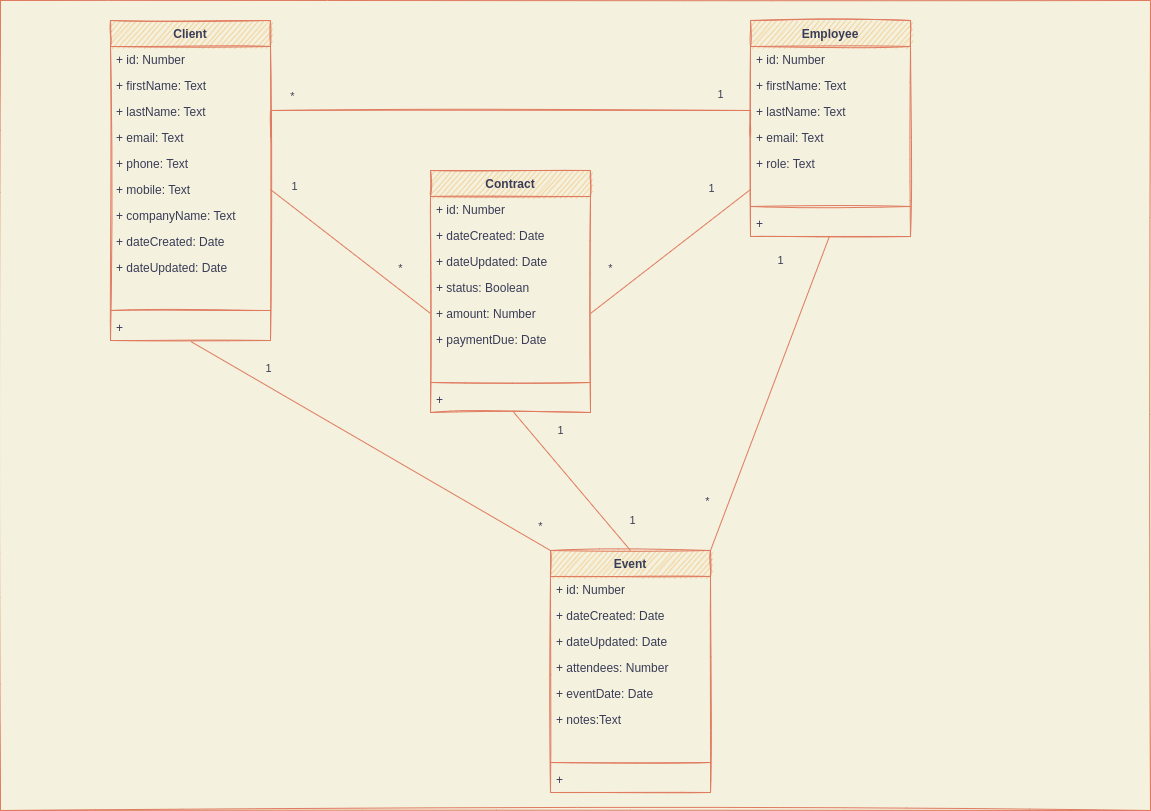
The draw.io diagram Conceptual_Data_Model.drawio.png in josayko-courses/epic_events_CRM, before a commit. Source tidied: cells renumbered, new cells last; positions are measured from the earlier drawing's top-left corner, leaving out a move shared by most shapes.
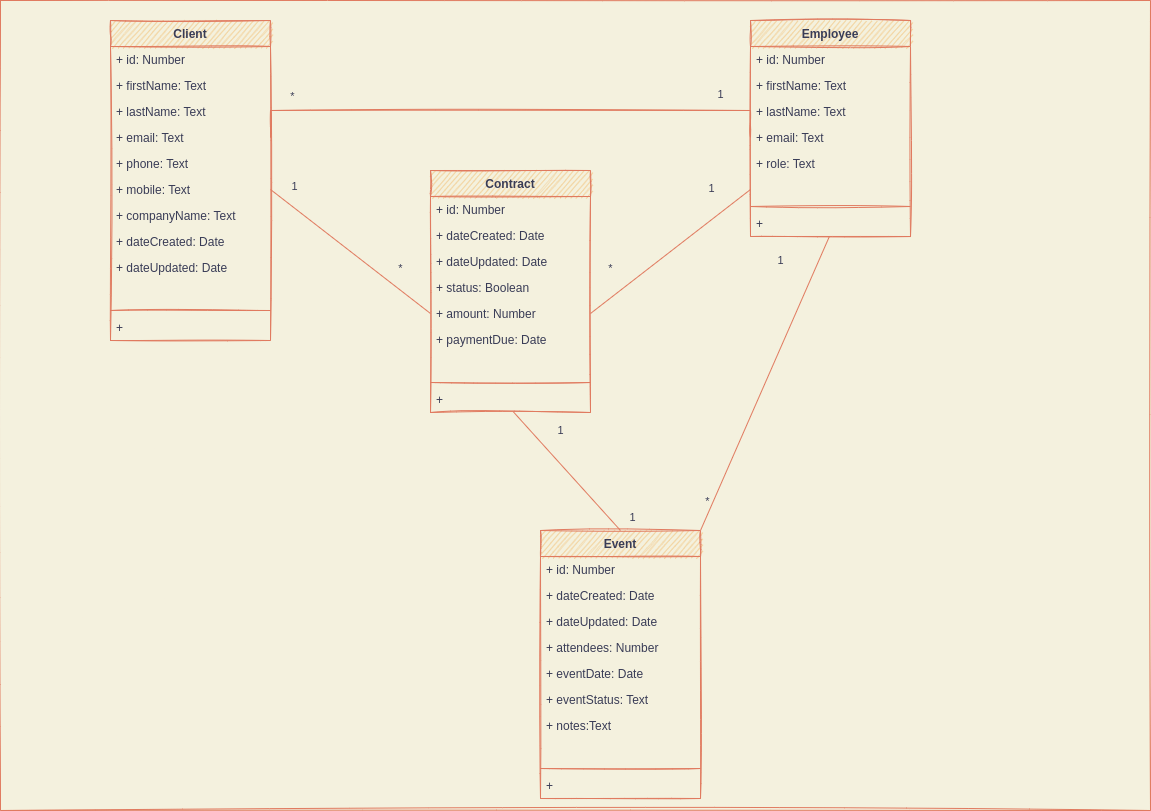
Above is the later version.

The edit, as a diff of the source:
```diff
@@ -117,7 +117,7 @@
       <mxGeometry y="216" width="160" height="26" as="geometry" />
     </mxCell>
     <mxCell id="39" value="Event" style="swimlane;fontStyle=1;align=center;verticalAlign=top;horizontal=1;startSize=26;sketch=1;fillColor=#F2CC8F;strokeColor=#E07A5F;fontColor=#393C56;" parent="3" vertex="1">
-      <mxGeometry x="550" y="550" width="160" height="242" as="geometry" />
+      <mxGeometry x="540" y="530" width="160" height="268" as="geometry" />
     </mxCell>
     <mxCell id="40" value="+ id: Number" style="text;strokeColor=none;fillColor=none;align=left;verticalAlign=top;spacingLeft=4;spacingRight=4;overflow=hidden;sketch=1;fontColor=#393C56;" parent="39" vertex="1">
       <mxGeometry y="26" width="160" height="26" as="geometry" />
@@ -134,21 +134,21 @@
     <mxCell id="44" value="+ eventDate: Date" style="text;strokeColor=none;fillColor=none;align=left;verticalAlign=top;spacingLeft=4;spacingRight=4;overflow=hidden;sketch=1;fontColor=#393C56;" parent="39" vertex="1">
       <mxGeometry y="130" width="160" height="26" as="geometry" />
     </mxCell>
+    <mxCell id="64" value="+ eventStatus: Text" style="text;strokeColor=none;fillColor=none;align=left;verticalAlign=top;spacingLeft=4;spacingRight=4;overflow=hidden;sketch=1;fontColor=#393C56;" parent="39" vertex="1">
+      <mxGeometry y="156" width="160" height="26" as="geometry" />
+    </mxCell>
     <mxCell id="45" value="+ notes:Text" style="text;strokeColor=none;fillColor=none;align=left;verticalAlign=top;spacingLeft=4;spacingRight=4;overflow=hidden;sketch=1;fontColor=#393C56;" parent="39" vertex="1">
-      <mxGeometry y="156" width="160" height="26" as="geometry" />
+      <mxGeometry y="182" width="160" height="26" as="geometry" />
     </mxCell>
     <mxCell id="46" style="text;strokeColor=none;fillColor=none;align=left;verticalAlign=top;spacingLeft=4;spacingRight=4;overflow=hidden;sketch=1;fontColor=#393C56;" parent="39" vertex="1">
-      <mxGeometry y="182" width="160" height="26" as="geometry" />
+      <mxGeometry y="208" width="160" height="26" as="geometry" />
     </mxCell>
     <mxCell id="47" style="line;strokeWidth=1;fillColor=none;align=left;verticalAlign=middle;spacingTop=-1;spacingLeft=3;spacingRight=3;labelPosition=right;sketch=1;labelBackgroundColor=#F4F1DE;strokeColor=#E07A5F;fontColor=#393C56;" parent="39" vertex="1">
-      <mxGeometry y="208" width="160" height="8" as="geometry" />
+      <mxGeometry y="234" width="160" height="8" as="geometry" />
     </mxCell>
     <mxCell id="48" value="+ " style="text;strokeColor=none;fillColor=none;align=left;verticalAlign=top;spacingLeft=4;spacingRight=4;overflow=hidden;sketch=1;fontColor=#393C56;" parent="39" vertex="1">
-      <mxGeometry y="216" width="160" height="26" as="geometry" />
+      <mxGeometry y="242" width="160" height="26" as="geometry" />
     </mxCell>
-    <mxCell id="49" style="endArrow=none;html=1;rounded=0;entryX=0.504;entryY=1.046;entryDx=0;entryDy=0;entryPerimeter=0;labelBackgroundColor=#F4F1DE;strokeColor=#E07A5F;fontColor=#393C56;exitX=0;exitY=0;exitDx=0;exitDy=0;" parent="3" edge="1" source="39" target="16">
-      <mxGeometry relative="1" as="geometry" />
-    </mxCell>
     <mxCell id="50" style="endArrow=none;html=1;rounded=1;sketch=0;fontColor=#393C56;strokeColor=#E07A5F;fillColor=#F2CC8F;curved=0;exitX=1;exitY=0;exitDx=0;exitDy=0;entryX=0.493;entryY=1;entryDx=0;entryDy=0;entryPerimeter=0;" parent="3" edge="1" source="39" target="25">
       <mxGeometry relative="1" as="geometry" />
     </mxCell>
@@ -167,17 +167,11 @@
     <mxCell id="55" value="*" style="text;html=1;align=center;verticalAlign=middle;strokeColor=none;fillColor=none;fontSize=11;fontFamily=Helvetica;fontColor=#393C56;sketch=1;" parent="3" vertex="1">
       <mxGeometry x="390" y="258" width="20" height="20" as="geometry" />
     </mxCell>
-    <mxCell id="56" value="1" style="text;html=1;align=center;verticalAlign=middle;strokeColor=none;fillColor=none;fontSize=11;fontFamily=Helvetica;fontColor=#393C56;sketch=1;" parent="3" vertex="1">
-      <mxGeometry x="258" y="358" width="20" height="20" as="geometry" />
-    </mxCell>
-    <mxCell id="57" value="*" style="text;html=1;align=center;verticalAlign=middle;strokeColor=none;fillColor=none;fontSize=11;fontFamily=Helvetica;fontColor=#393C56;sketch=1;" parent="3" vertex="1">
-      <mxGeometry x="530" y="516" width="20" height="20" as="geometry" />
-    </mxCell>
     <mxCell id="58" value="1" style="text;html=1;align=center;verticalAlign=middle;strokeColor=none;fillColor=none;fontSize=11;fontFamily=Helvetica;fontColor=#393C56;sketch=1;" parent="3" vertex="1">
       <mxGeometry x="550" y="420" width="20" height="20" as="geometry" />
     </mxCell>
     <mxCell id="59" value="1" style="text;html=1;align=center;verticalAlign=middle;strokeColor=none;fillColor=none;fontSize=11;fontFamily=Helvetica;fontColor=#393C56;sketch=1;" parent="3" vertex="1">
-      <mxGeometry x="622" y="510" width="20" height="20" as="geometry" />
+      <mxGeometry x="622" y="507" width="20" height="20" as="geometry" />
     </mxCell>
     <mxCell id="60" value="*" style="text;html=1;align=center;verticalAlign=middle;strokeColor=none;fillColor=none;fontSize=11;fontFamily=Helvetica;fontColor=#393C56;sketch=1;" parent="3" vertex="1">
       <mxGeometry x="600" y="258" width="20" height="20" as="geometry" />
```
